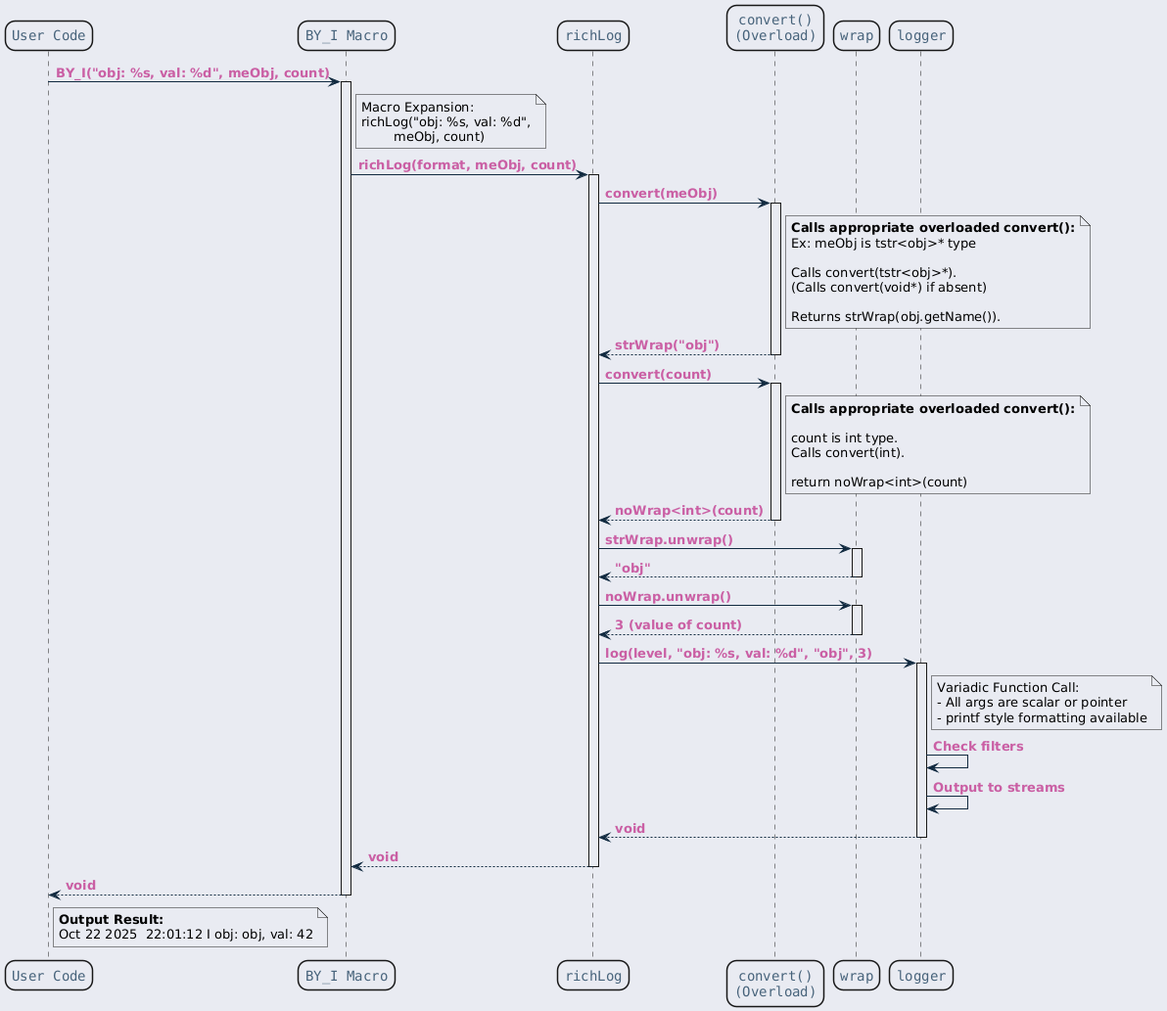
Earlier version of the PlantUML export ref/generated/ko/inline_umlgraph_6.png (byeolang/website).
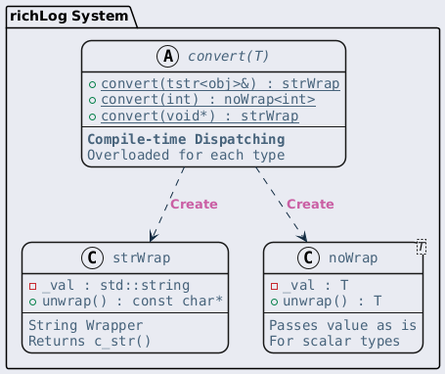
Above is the later version.

The edit, as a diff of the source:
```diff
@@ -23,89 +23,33 @@
     }
 }
 </style>
-participant "User Code" as user
-participant "BY_I Macro" as macro
-participant "richLog" as richLog
-participant "convert()\n(Overload)" as convert
-participant "wrap" as wrap
-participant "logger" as logger
+package "richLog System" {
+    abstract class "convert(T)" as convert {
+        + {static} convert(tstr<obj>&) : strWrap
+        + {static} convert(int) : noWrap<int>
+        + {static} convert(void*) : strWrap
+        --
+        <b>Compile-time Dispatching</b>
+        Overloaded for each type
+    }
 
-user -> macro : BY_I("obj: %s, val: %d", meObj, count)
-activate macro
+    class strWrap {
+        - _val : std::string
+        + unwrap() : const char*
+        --
+        String Wrapper
+        Returns c_str()
+    }
 
-note right of macro
-  Macro Expansion:
-  richLog("obj: %s, val: %d",
-          meObj, count)
-end note
+    class "noWrap<T>" as noWrap {
+        - _val : T
+        + unwrap() : T
+        --
+        Passes value as is
+        For scalar types
+    }
+}
 
-macro -> richLog : richLog(format, meObj, count)
-activate richLog
-
-richLog -> convert : convert(meObj)
-activate convert
-
-note right of convert
-  <b>Calls appropriate overloaded convert():</b>
-  Ex: meObj is tstr<obj>* type
-
-  Calls convert(tstr<obj>*).
-  (Calls convert(void*) if absent)
-
-  Returns strWrap(obj.getName()).
-end note
-
-convert --> richLog : strWrap("obj")
-deactivate convert
-
-richLog -> convert : convert(count)
-activate convert
-
-note right of convert
-  <b>Calls appropriate overloaded convert():</b>
-
-  count is int type.
-  Calls convert(int).
-
-  return noWrap<int>(count)
-end note
-
-convert --> richLog : noWrap<int>(count)
-deactivate convert
-
-richLog -> wrap : strWrap.unwrap()
-activate wrap
-wrap --> richLog : "obj"
-deactivate wrap
-
-richLog -> wrap : noWrap.unwrap()
-activate wrap
-wrap --> richLog : 3 (value of count)
-deactivate wrap
-
-richLog -> logger : log(level, "obj: %s, val: %d", "obj", 3)
-activate logger
-
-note right of logger
-  Variadic Function Call:
-  - All args are scalar or pointer
-  - printf style formatting available
-end note
-
-logger -> logger : Check filters
-logger -> logger : Output to streams
-
-logger --> richLog : void
-deactivate logger
-
-richLog --> macro : void
-deactivate richLog
-
-macro --> user : void
-deactivate macro
-
-note right of user
-  <b>Output Result:</b>
-  Oct 22 2025  22:01:12 I obj: obj, val: 42
-end note
+convert ..> strWrap : Create
+convert ..> noWrap : Create
 @enduml
```
